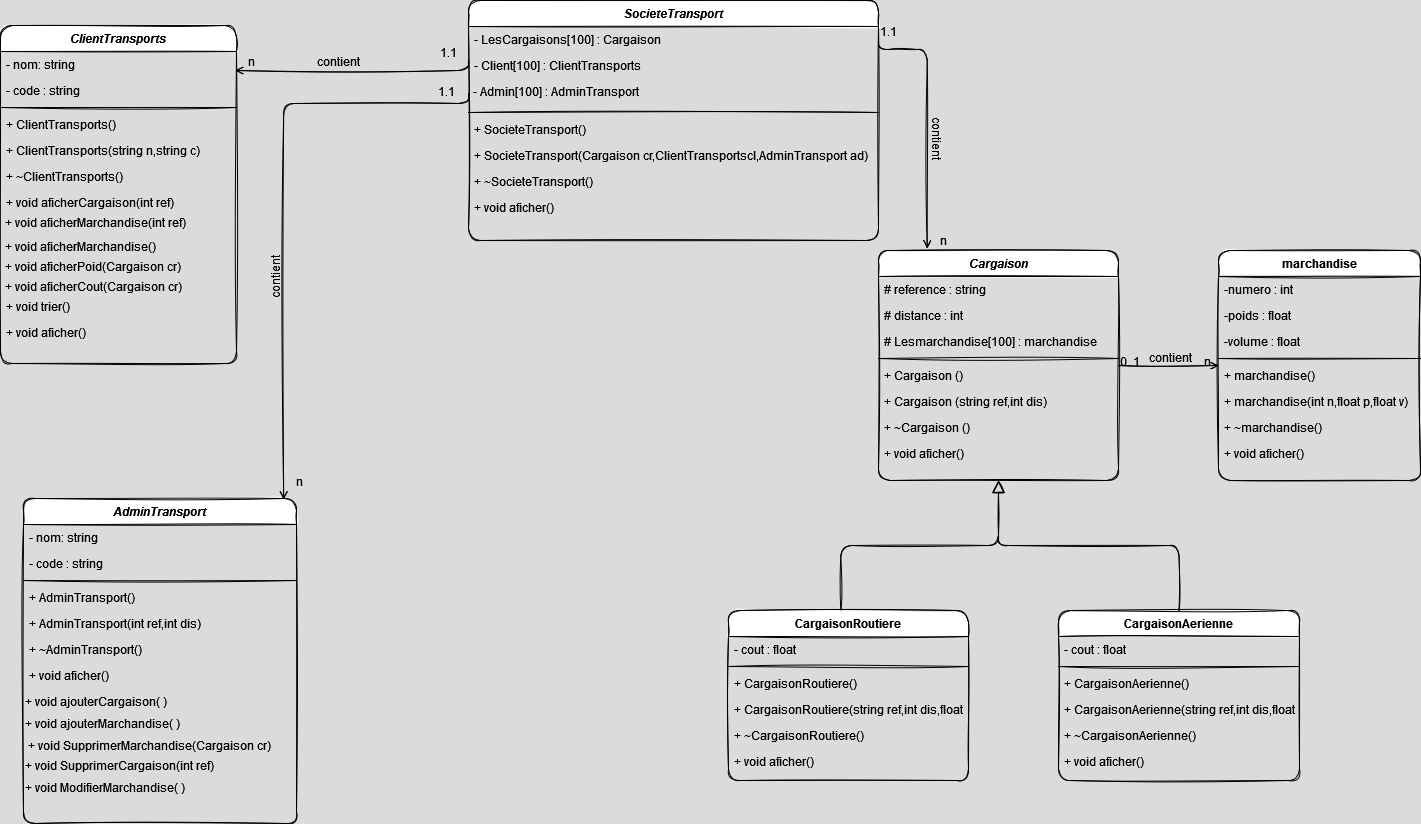
The draw.io diagram Societe_de_Transport.drawio.png in Soufiane-Majdar/Societe_de_Transports, before a commit. Source tidied: cells renumbered, new cells last; positions are measured from the earlier drawing's top-left corner, leaving out a move shared by most shapes.
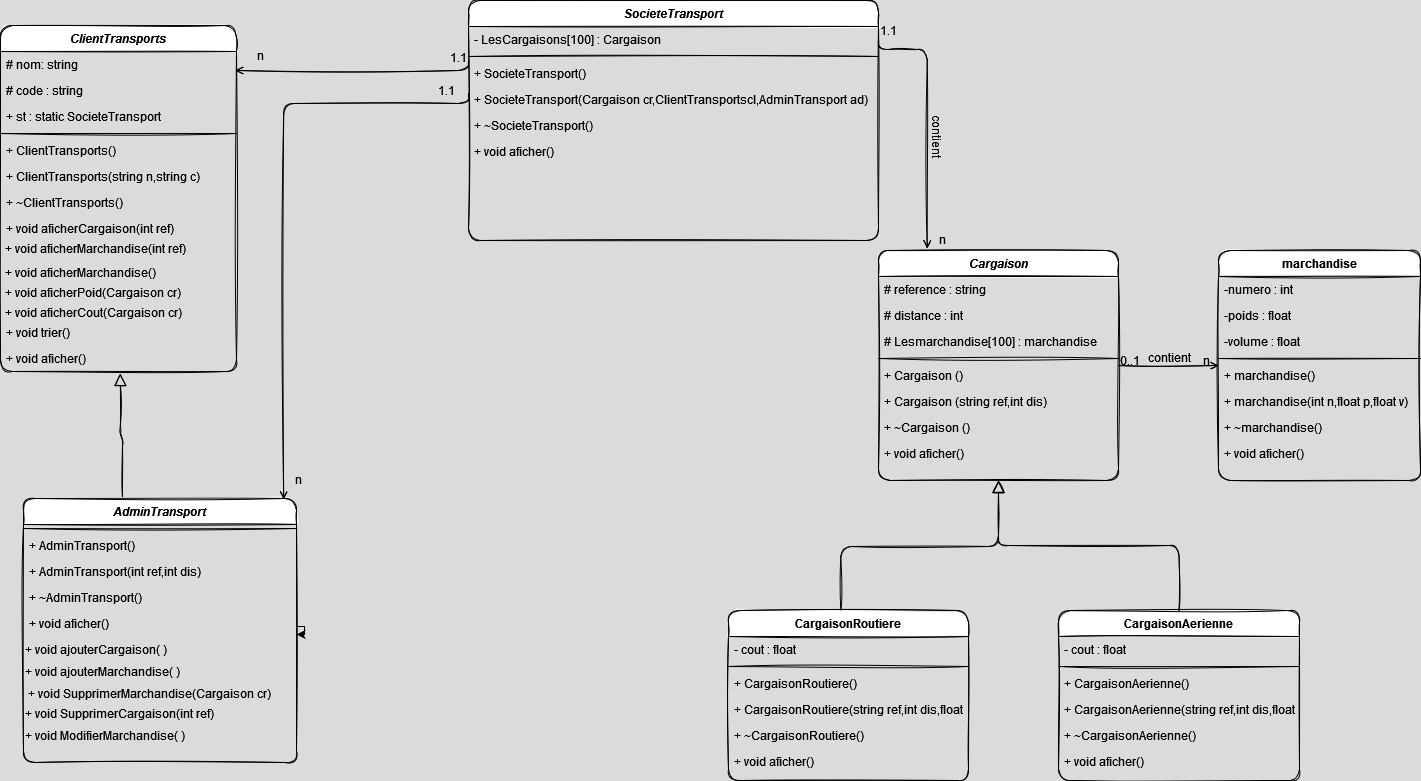
After the change.

Change to the diagram source:
```diff
@@ -133,110 +133,102 @@
     <mxCell id="41" value="- LesCargaisons[100] : Cargaison " style="text;align=left;verticalAlign=top;spacingLeft=4;spacingRight=4;overflow=hidden;points=[[0,0.5],[1,0.5]];portConstraint=eastwest;rounded=1;sketch=1;" parent="40" vertex="1">
       <mxGeometry y="26" width="410" height="26" as="geometry" />
     </mxCell>
-    <mxCell id="42" value="- Client[100] : ClientTransports" style="text;align=left;verticalAlign=top;spacingLeft=4;spacingRight=4;overflow=hidden;points=[[0,0.5],[1,0.5]];portConstraint=eastwest;rounded=1;shadow=0;html=0;sketch=1;" parent="40" vertex="1">
-      <mxGeometry y="52" width="410" height="26" as="geometry" />
-    </mxCell>
-    <mxCell id="43" value="&amp;nbsp;- Admin[100] : AdminTransport" style="text;whiteSpace=wrap;html=1;rounded=1;" parent="40" vertex="1">
-      <mxGeometry y="78" width="410" height="30" as="geometry" />
-    </mxCell>
     <mxCell id="44" style="line;html=1;strokeWidth=1;align=left;verticalAlign=middle;spacingTop=-1;spacingLeft=3;spacingRight=3;labelPosition=right;rounded=1;sketch=1;" parent="40" vertex="1">
-      <mxGeometry y="108" width="410" height="8" as="geometry" />
+      <mxGeometry y="52" width="410" height="8" as="geometry" />
     </mxCell>
     <mxCell id="45" value="+ SocieteTransport()" style="text;align=left;verticalAlign=top;spacingLeft=4;spacingRight=4;overflow=hidden;rounded=1;sketch=1;" parent="40" vertex="1">
-      <mxGeometry y="116" width="410" height="26" as="geometry" />
+      <mxGeometry y="60" width="410" height="26" as="geometry" />
     </mxCell>
     <mxCell id="46" value="+ SocieteTransport(Cargaison cr,ClientTransportscl,AdminTransport ad)" style="text;align=left;verticalAlign=top;spacingLeft=4;spacingRight=4;overflow=hidden;rounded=1;sketch=1;" parent="40" vertex="1">
-      <mxGeometry y="142" width="410" height="26" as="geometry" />
+      <mxGeometry y="86" width="410" height="26" as="geometry" />
     </mxCell>
     <mxCell id="47" value="+ ~SocieteTransport()" style="text;align=left;verticalAlign=top;spacingLeft=4;spacingRight=4;overflow=hidden;rounded=1;sketch=1;" parent="40" vertex="1">
-      <mxGeometry y="168" width="410" height="26" as="geometry" />
+      <mxGeometry y="112" width="410" height="26" as="geometry" />
     </mxCell>
     <mxCell id="48" value="+ void aficher()&#10;" style="text;align=left;verticalAlign=top;spacingLeft=4;spacingRight=4;overflow=hidden;rounded=1;sketch=1;" parent="40" vertex="1">
-      <mxGeometry y="194" width="410" height="26" as="geometry" />
+      <mxGeometry y="138" width="410" height="26" as="geometry" />
     </mxCell>
     <mxCell id="49" value="ClientTransports" style="swimlane;fontStyle=3;align=center;verticalAlign=top;horizontal=1;startSize=26;rounded=1;shadow=0;strokeWidth=1;sketch=1;" parent="1" vertex="1">
-      <mxGeometry y="25" width="236" height="338" as="geometry" />
+      <mxGeometry y="25" width="236" height="346" as="geometry" />
     </mxCell>
-    <mxCell id="50" value="- nom: string " style="text;align=left;verticalAlign=top;spacingLeft=4;spacingRight=4;overflow=hidden;points=[[0,0.5],[1,0.5]];portConstraint=eastwest;rounded=1;sketch=1;" parent="49" vertex="1">
+    <mxCell id="50" value="# nom: string " style="text;align=left;verticalAlign=top;spacingLeft=4;spacingRight=4;overflow=hidden;points=[[0,0.5],[1,0.5]];portConstraint=eastwest;rounded=1;sketch=1;" parent="49" vertex="1">
       <mxGeometry y="26" width="236" height="26" as="geometry" />
     </mxCell>
-    <mxCell id="51" value="- code : string" style="text;align=left;verticalAlign=top;spacingLeft=4;spacingRight=4;overflow=hidden;rounded=1;shadow=0;html=0;sketch=1;" parent="49" vertex="1">
+    <mxCell id="51" value="# code : string" style="text;align=left;verticalAlign=top;spacingLeft=4;spacingRight=4;overflow=hidden;rounded=1;shadow=0;html=0;sketch=1;" parent="49" vertex="1">
       <mxGeometry y="52" width="236" height="26" as="geometry" />
     </mxCell>
+    <mxCell id="88" value="+ st : static SocieteTransport" style="text;align=left;verticalAlign=top;spacingLeft=4;spacingRight=4;overflow=hidden;rounded=1;shadow=0;html=0;sketch=1;" parent="49" vertex="1">
+      <mxGeometry y="78" width="236" height="26" as="geometry" />
+    </mxCell>
     <mxCell id="52" style="line;html=1;strokeWidth=1;align=left;verticalAlign=middle;spacingTop=-1;spacingLeft=3;spacingRight=3;labelPosition=right;rounded=1;sketch=1;" parent="49" vertex="1">
-      <mxGeometry y="78" width="236" height="8" as="geometry" />
+      <mxGeometry y="104" width="236" height="8" as="geometry" />
     </mxCell>
     <mxCell id="53" value="+ ClientTransports()" style="text;align=left;verticalAlign=top;spacingLeft=4;spacingRight=4;overflow=hidden;rounded=1;sketch=1;" parent="49" vertex="1">
-      <mxGeometry y="86" width="236" height="26" as="geometry" />
+      <mxGeometry y="112" width="236" height="26" as="geometry" />
     </mxCell>
     <mxCell id="54" value="+ ClientTransports(string n,string c)" style="text;align=left;verticalAlign=top;spacingLeft=4;spacingRight=4;overflow=hidden;rounded=1;sketch=1;" parent="49" vertex="1">
-      <mxGeometry y="112" width="236" height="26" as="geometry" />
+      <mxGeometry y="138" width="236" height="26" as="geometry" />
     </mxCell>
     <mxCell id="55" value="+ ~ClientTransports()" style="text;align=left;verticalAlign=top;spacingLeft=4;spacingRight=4;overflow=hidden;rounded=1;sketch=1;" parent="49" vertex="1">
-      <mxGeometry y="138" width="236" height="26" as="geometry" />
+      <mxGeometry y="164" width="236" height="26" as="geometry" />
     </mxCell>
     <mxCell id="56" value="+ void aficherCargaison(int ref)" style="text;align=left;verticalAlign=top;spacingLeft=4;spacingRight=4;overflow=hidden;rounded=1;sketch=1;" parent="49" vertex="1">
-      <mxGeometry y="164" width="236" height="20" as="geometry" />
+      <mxGeometry y="190" width="236" height="20" as="geometry" />
     </mxCell>
     <mxCell id="57" value="&amp;nbsp;+ void aficherMarchandise(int ref)&lt;div&gt;&lt;br&gt;&lt;/div&gt;" style="text;whiteSpace=wrap;html=1;rounded=1;" parent="49" vertex="1">
-      <mxGeometry y="184" width="236" height="24" as="geometry" />
+      <mxGeometry y="210" width="236" height="24" as="geometry" />
     </mxCell>
     <mxCell id="58" value="&amp;nbsp;+ void aficherMarchandise()&lt;div&gt;&amp;nbsp; &lt;br&gt;&lt;/div&gt;" style="text;whiteSpace=wrap;html=1;rounded=1;" parent="49" vertex="1">
-      <mxGeometry y="208" width="236" height="20" as="geometry" />
+      <mxGeometry y="234" width="236" height="20" as="geometry" />
     </mxCell>
     <mxCell id="59" value="&amp;nbsp;+ void aficherPoid(Cargaison cr)&lt;div&gt;&lt;br&gt;&lt;/div&gt;" style="text;whiteSpace=wrap;html=1;rounded=1;" parent="49" vertex="1">
-      <mxGeometry y="228" width="236" height="20" as="geometry" />
+      <mxGeometry y="254" width="236" height="20" as="geometry" />
     </mxCell>
     <mxCell id="60" value="&amp;nbsp;+ void aficherCout(Cargaison cr)&lt;div&gt;&lt;br&gt;&lt;/div&gt;" style="text;whiteSpace=wrap;html=1;rounded=1;" parent="49" vertex="1">
-      <mxGeometry y="248" width="236" height="20" as="geometry" />
+      <mxGeometry y="274" width="236" height="20" as="geometry" />
     </mxCell>
     <mxCell id="61" value="+ void trier()&#10;" style="text;align=left;verticalAlign=top;spacingLeft=4;spacingRight=4;overflow=hidden;rounded=1;sketch=1;" parent="49" vertex="1">
-      <mxGeometry y="268" width="236" height="26" as="geometry" />
+      <mxGeometry y="294" width="236" height="26" as="geometry" />
     </mxCell>
     <mxCell id="62" value="+ void aficher()&#10;" style="text;align=left;verticalAlign=top;spacingLeft=4;spacingRight=4;overflow=hidden;points=[[0,0.5],[1,0.5]];portConstraint=eastwest;rounded=1;sketch=1;" parent="49" vertex="1">
-      <mxGeometry y="294" width="236" height="26" as="geometry" />
+      <mxGeometry y="320" width="236" height="26" as="geometry" />
     </mxCell>
     <mxCell id="63" value="AdminTransport" style="swimlane;fontStyle=3;align=center;verticalAlign=top;horizontal=1;startSize=26;rounded=1;shadow=0;strokeWidth=1;sketch=1;" parent="1" vertex="1">
-      <mxGeometry x="23" y="498" width="273" height="325" as="geometry" />
+      <mxGeometry x="23" y="498" width="273" height="264" as="geometry" />
     </mxCell>
-    <mxCell id="64" value="- nom: string " style="text;align=left;verticalAlign=top;spacingLeft=4;spacingRight=4;overflow=hidden;rounded=1;sketch=1;" parent="63" vertex="1">
-      <mxGeometry y="26" width="273" height="26" as="geometry" />
-    </mxCell>
-    <mxCell id="65" value="- code : string" style="text;align=left;verticalAlign=top;spacingLeft=4;spacingRight=4;overflow=hidden;rounded=1;shadow=0;html=0;sketch=1;" parent="63" vertex="1">
-      <mxGeometry y="52" width="273" height="26" as="geometry" />
-    </mxCell>
     <mxCell id="66" style="line;html=1;strokeWidth=1;align=left;verticalAlign=middle;spacingTop=-1;spacingLeft=3;spacingRight=3;labelPosition=right;rounded=1;sketch=1;" parent="63" vertex="1">
-      <mxGeometry y="78" width="273" height="8" as="geometry" />
+      <mxGeometry y="26" width="273" height="8" as="geometry" />
     </mxCell>
     <mxCell id="67" value="+ AdminTransport()" style="text;align=left;verticalAlign=top;spacingLeft=4;spacingRight=4;overflow=hidden;rounded=1;sketch=1;" parent="63" vertex="1">
-      <mxGeometry y="86" width="273" height="26" as="geometry" />
+      <mxGeometry y="34" width="273" height="26" as="geometry" />
     </mxCell>
     <mxCell id="68" value="+ AdminTransport(int ref,int dis)" style="text;align=left;verticalAlign=top;spacingLeft=4;spacingRight=4;overflow=hidden;rounded=1;sketch=1;" parent="63" vertex="1">
-      <mxGeometry y="112" width="273" height="26" as="geometry" />
+      <mxGeometry y="60" width="273" height="26" as="geometry" />
     </mxCell>
     <mxCell id="69" value="+ ~AdminTransport()" style="text;align=left;verticalAlign=top;spacingLeft=4;spacingRight=4;overflow=hidden;rounded=1;sketch=1;" parent="63" vertex="1">
-      <mxGeometry y="138" width="273" height="26" as="geometry" />
+      <mxGeometry y="86" width="273" height="26" as="geometry" />
     </mxCell>
     <mxCell id="70" value="+ void aficher()&#10;" style="text;align=left;verticalAlign=top;spacingLeft=4;spacingRight=4;overflow=hidden;rounded=1;sketch=1;" parent="63" vertex="1">
-      <mxGeometry y="164" width="273" height="26" as="geometry" />
+      <mxGeometry y="112" width="273" height="26" as="geometry" />
     </mxCell>
     <mxCell id="71" value="+ void ajouterCargaison( )" style="text;whiteSpace=wrap;html=1;" parent="63" vertex="1">
-      <mxGeometry y="190" width="273" height="22" as="geometry" />
+      <mxGeometry y="138" width="273" height="22" as="geometry" />
     </mxCell>
     <mxCell id="72" value="&lt;div&gt;+ void ajouterMarchandise( )&lt;/div&gt;" style="text;whiteSpace=wrap;html=1;" parent="63" vertex="1">
-      <mxGeometry y="212" width="273" height="22" as="geometry" />
+      <mxGeometry y="160" width="273" height="22" as="geometry" />
     </mxCell>
     <mxCell id="73" value="&amp;nbsp;+ void SupprimerMarchandise(Cargaison cr)&lt;div&gt;&lt;br&gt;&lt;/div&gt;" style="text;whiteSpace=wrap;html=1;rounded=1;" parent="63" vertex="1">
-      <mxGeometry y="234" width="273" height="20" as="geometry" />
+      <mxGeometry y="182" width="273" height="20" as="geometry" />
     </mxCell>
     <mxCell id="74" value="+ void SupprimerCargaison(int ref)" style="text;whiteSpace=wrap;html=1;" parent="63" vertex="1">
-      <mxGeometry y="254" width="273" height="22" as="geometry" />
+      <mxGeometry y="202" width="273" height="22" as="geometry" />
     </mxCell>
     <mxCell id="75" value="&lt;div&gt;+ void ModifierMarchandise( )&lt;/div&gt;" style="text;whiteSpace=wrap;html=1;" parent="63" vertex="1">
-      <mxGeometry y="276" width="273" height="22" as="geometry" />
+      <mxGeometry y="224" width="273" height="22" as="geometry" />
     </mxCell>
-    <mxCell id="76" style="endArrow=open;shadow=0;strokeWidth=1;rounded=1;endFill=1;edgeStyle=elbowEdgeStyle;elbow=vertical;sketch=1;verticalAlign=middle;exitX=0;exitY=0.308;exitDx=0;exitDy=0;exitPerimeter=0;entryX=0.995;entryY=0.725;entryDx=0;entryDy=0;entryPerimeter=0;" parent="1" edge="1" source="42" target="50">
+    <mxCell id="76" style="endArrow=open;shadow=0;strokeWidth=1;rounded=1;endFill=1;edgeStyle=elbowEdgeStyle;elbow=vertical;sketch=1;verticalAlign=middle;exitX=0;exitY=0.308;exitDx=0;exitDy=0;exitPerimeter=0;entryX=0.995;entryY=0.725;entryDx=0;entryDy=0;entryPerimeter=0;" parent="1" edge="1" target="50">
       <mxGeometry x="0.5" y="41" relative="1" as="geometry">
+        <mxPoint x="468" y="60" as="sourcePoint" />
         <Array as="points">
           <mxPoint x="338" y="70" />
           <mxPoint x="408" y="90" />
@@ -246,21 +238,17 @@
     </mxCell>
     <mxCell id="77" value="1.1" style="align=left;verticalAlign=bottom;labelBackgroundColor=none;fontSize=12;rounded=1;sketch=1;" parent="76" vertex="1">
       <mxGeometry x="-1" relative="1" as="geometry">
-        <mxPoint x="-30" as="offset" />
+        <mxPoint x="-20" y="6" as="offset" />
       </mxGeometry>
     </mxCell>
     <mxCell id="78" value="n" style="align=right;verticalAlign=bottom;labelBackgroundColor=none;fontSize=12;rounded=1;sketch=1;" parent="76" vertex="1">
       <mxGeometry x="1" relative="1" as="geometry">
-        <mxPoint x="20" as="offset" />
+        <mxPoint x="30" y="-6" as="offset" />
       </mxGeometry>
     </mxCell>
-    <mxCell id="79" value="contient" style="text;html=1;align=center;verticalAlign=middle;labelBackgroundColor=none;rounded=1;shadow=0;strokeWidth=1;fontSize=12;sketch=1;" parent="76" vertex="1">
-      <mxGeometry x="0.5" y="49" relative="1" as="geometry">
-        <mxPoint x="41" y="-59" as="offset" />
-      </mxGeometry>
-    </mxCell>
-    <mxCell id="80" style="endArrow=open;shadow=0;strokeWidth=1;rounded=1;endFill=1;edgeStyle=elbowEdgeStyle;elbow=vertical;sketch=1;verticalAlign=middle;entryX=0.953;entryY=0.004;entryDx=0;entryDy=0;entryPerimeter=0;exitX=0;exitY=0.5;exitDx=0;exitDy=0;" parent="1" edge="1" source="43" target="63">
+    <mxCell id="80" style="endArrow=open;shadow=0;strokeWidth=1;rounded=1;endFill=1;edgeStyle=elbowEdgeStyle;elbow=vertical;sketch=1;verticalAlign=middle;entryX=0.953;entryY=0.004;entryDx=0;entryDy=0;entryPerimeter=0;exitX=0;exitY=0.5;exitDx=0;exitDy=0;" parent="1" edge="1" target="63">
       <mxGeometry x="0.5" y="41" relative="1" as="geometry">
+        <mxPoint x="468" y="93" as="sourcePoint" />
         <Array as="points">
           <mxPoint x="428" y="103" />
         </Array>
@@ -277,11 +265,6 @@
         <mxPoint x="20" y="-11" as="offset" />
       </mxGeometry>
     </mxCell>
-    <mxCell id="83" value="contient" style="text;html=1;align=center;verticalAlign=middle;labelBackgroundColor=none;rounded=1;shadow=0;strokeWidth=1;fontSize=12;sketch=1;rotation=-90;" parent="80" vertex="1">
-      <mxGeometry x="0.5" y="49" relative="1" as="geometry">
-        <mxPoint x="-58" y="-74" as="offset" />
-      </mxGeometry>
-    </mxCell>
     <mxCell id="84" style="endArrow=open;shadow=0;strokeWidth=1;rounded=1;endFill=1;edgeStyle=elbowEdgeStyle;elbow=vertical;sketch=1;verticalAlign=middle;entryX=0.203;entryY=-0.009;entryDx=0;entryDy=0;entryPerimeter=0;exitX=1;exitY=0.5;exitDx=0;exitDy=0;" parent="1" edge="1" source="41" target="2">
       <mxGeometry x="0.5" y="41" relative="1" as="geometry">
         <Array as="points">
@@ -303,5 +286,13 @@
         <mxPoint x="-38" y="-48" as="offset" />
       </mxGeometry>
     </mxCell>
+    <mxCell id="89" style="edgeStyle=orthogonalEdgeStyle;rounded=0;orthogonalLoop=1;jettySize=auto;html=1;" parent="1" edge="1" source="63" target="63">
+      <mxGeometry relative="1" as="geometry" />
+    </mxCell>
+    <mxCell id="90" style="endArrow=block;endSize=10;endFill=0;shadow=0;strokeWidth=1;rounded=1;edgeStyle=elbowEdgeStyle;elbow=vertical;sketch=1;entryX=0.508;entryY=1.077;entryDx=0;entryDy=0;entryPerimeter=0;" parent="1" edge="1" target="62">
+      <mxGeometry relative="1" as="geometry">
+        <mxPoint x="122" y="497" as="sourcePoint" />
+      </mxGeometry>
+    </mxCell>
   </root>
 </mxGraphModel>
```
